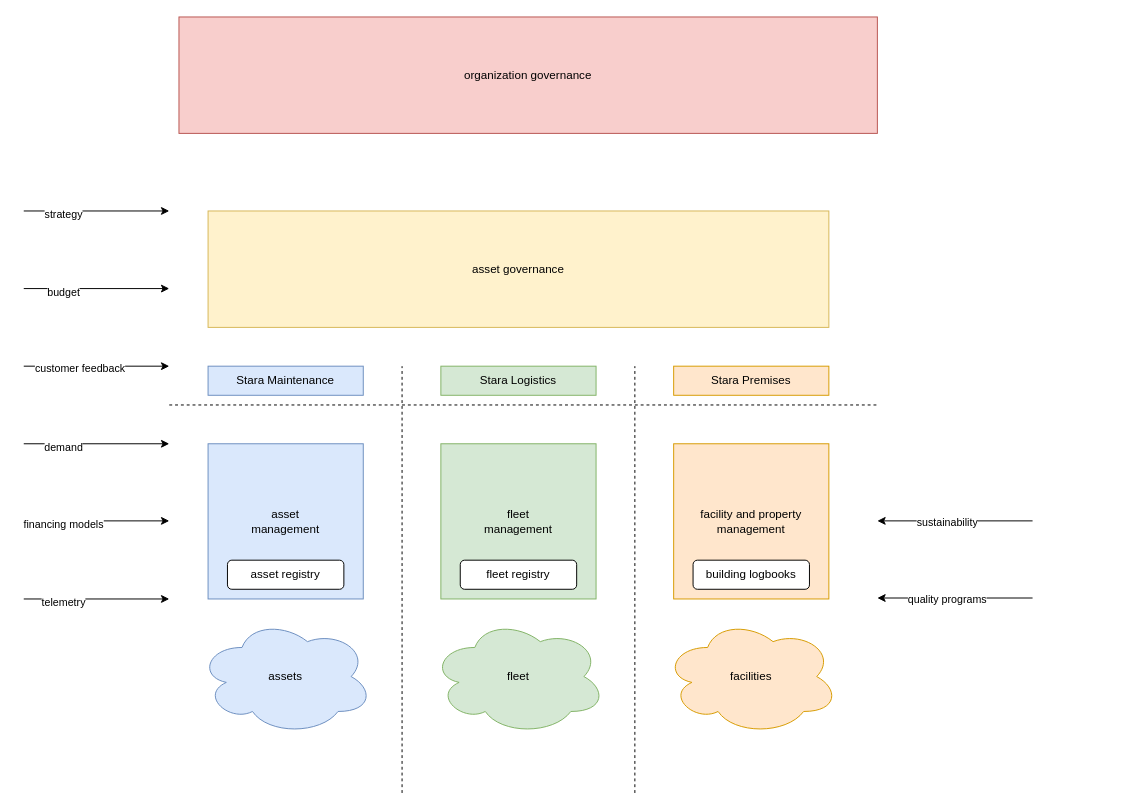
timoruohomaki/LUT-DAP keeps this draw.io diagram as thesis/udt-governance-model.drawio. Above is the earlier version. Source tidied: cells renumbered, new cells numbered last; positions are measured from the earlier drawing's top-left corner, leaving out a move shared by most shapes. Both pictures are drawn from the tidied source at 97%, with x=0, y=0 at pixel (23, 16).
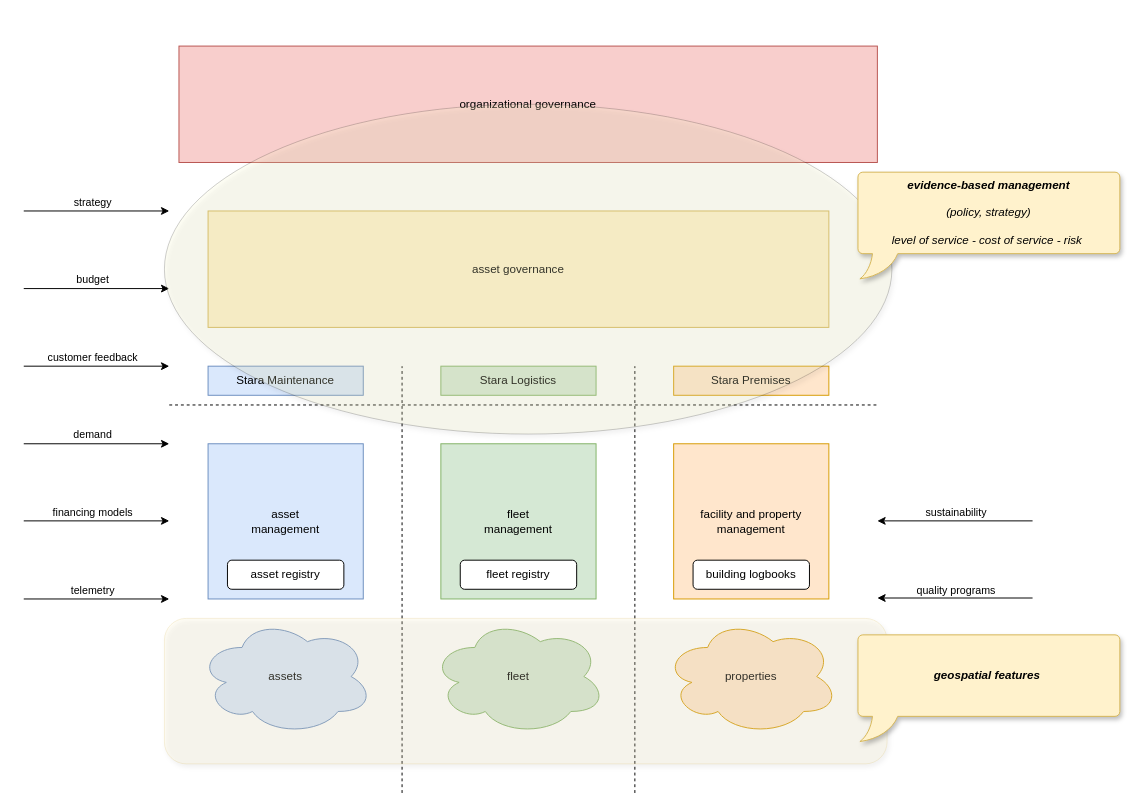
The same diagram, later.

Unchanged cells that the change refers to:
```xml
<mxCell id="15" style="endArrow=classic;html=1;rounded=0;" parent="1" edge="1">
  <mxGeometry relative="1" as="geometry">
    <mxPoint y="360" as="sourcePoint" />
    <mxPoint x="150" y="360" as="targetPoint" />
  </mxGeometry>
</mxCell>
<mxCell id="17" style="endArrow=classic;html=1;rounded=0;" parent="1" edge="1">
  <mxGeometry relative="1" as="geometry">
    <mxPoint y="600" as="sourcePoint" />
    <mxPoint x="150" y="600" as="targetPoint" />
  </mxGeometry>
</mxCell>
<mxCell id="19" style="endArrow=classic;html=1;rounded=0;" parent="1" edge="1">
  <mxGeometry relative="1" as="geometry">
    <mxPoint y="280" as="sourcePoint" />
    <mxPoint x="150" y="280" as="targetPoint" />
  </mxGeometry>
</mxCell>
<mxCell id="21" style="endArrow=classic;html=1;rounded=0;" parent="1" edge="1">
  <mxGeometry relative="1" as="geometry">
    <mxPoint y="200" as="sourcePoint" />
    <mxPoint x="150" y="200" as="targetPoint" />
  </mxGeometry>
</mxCell>
<mxCell id="23" style="endArrow=classic;html=1;rounded=0;" parent="1" edge="1">
  <mxGeometry relative="1" as="geometry">
    <mxPoint y="440" as="sourcePoint" />
    <mxPoint x="150" y="440" as="targetPoint" />
  </mxGeometry>
</mxCell>
<mxCell id="25" style="endArrow=classic;html=1;rounded=0;" parent="1" edge="1">
  <mxGeometry relative="1" as="geometry">
    <mxPoint y="519.5" as="sourcePoint" />
    <mxPoint x="150" y="519.5" as="targetPoint" />
  </mxGeometry>
</mxCell>
<mxCell id="27" style="endArrow=classic;html=1;rounded=0;" parent="1" edge="1">
  <mxGeometry relative="1" as="geometry">
    <mxPoint x="1040" y="519.5" as="sourcePoint" />
    <mxPoint x="880" y="519.5" as="targetPoint" />
  </mxGeometry>
</mxCell>
<mxCell id="29" style="endArrow=classic;html=1;rounded=0;" parent="1" edge="1">
  <mxGeometry relative="1" as="geometry">
    <mxPoint x="1040" y="599" as="sourcePoint" />
    <mxPoint x="880" y="599" as="targetPoint" />
  </mxGeometry>
</mxCell>
```

The edit, as a diff of the source:
```diff
@@
-    <mxCell id="11" value="facilities" style="ellipse;shape=cloud;whiteSpace=wrap;html=1;fillColor=#ffe6cc;strokeColor=#d79b00;" parent="1" vertex="1">
+    <mxCell id="11" value="properties" style="ellipse;shape=cloud;whiteSpace=wrap;html=1;fillColor=#ffe6cc;strokeColor=#d79b00;" parent="1" vertex="1">
       <mxGeometry x="660" y="620" width="180" height="120" as="geometry" />
     </mxCell>
@@
     <mxCell id="16" value="customer feedback" style="edgeLabel;html=1;align=center;verticalAlign=middle;" parent="15" vertex="1">
-      <mxGeometry x="-0.24" y="-2" relative="1" as="geometry" />
+      <mxGeometry x="-0.24" y="-2" relative="1" as="geometry">
+        <mxPoint x="13" y="-12" as="offset" />
+      </mxGeometry>
     </mxCell>
@@
     <mxCell id="18" value="telemetry" style="edgeLabel;html=1;align=center;verticalAlign=middle;" parent="17" vertex="1">
       <mxGeometry x="0.04" y="-3" relative="1" as="geometry">
-        <mxPoint x="-38" as="offset" />
+        <mxPoint x="-8" y="-13" as="offset" />
       </mxGeometry>
     </mxCell>
@@
     <mxCell id="20" value="budget" style="edgeLabel;html=1;align=center;verticalAlign=middle;" parent="19" vertex="1">
       <mxGeometry x="0.04" y="-3" relative="1" as="geometry">
-        <mxPoint x="-38" as="offset" />
+        <mxPoint x="-8" y="-13" as="offset" />
       </mxGeometry>
     </mxCell>
@@
     <mxCell id="22" value="strategy" style="edgeLabel;html=1;align=center;verticalAlign=middle;" parent="21" vertex="1">
       <mxGeometry x="0.04" y="-3" relative="1" as="geometry">
-        <mxPoint x="-38" as="offset" />
+        <mxPoint x="-8" y="-13" as="offset" />
       </mxGeometry>
     </mxCell>
@@
     <mxCell id="24" value="demand" style="edgeLabel;html=1;align=center;verticalAlign=middle;" parent="23" vertex="1">
       <mxGeometry x="0.04" y="-3" relative="1" as="geometry">
-        <mxPoint x="-38" as="offset" />
+        <mxPoint x="-8" y="-13" as="offset" />
       </mxGeometry>
     </mxCell>
@@
     <mxCell id="26" value="financing models" style="edgeLabel;html=1;align=center;verticalAlign=middle;" parent="25" vertex="1">
       <mxGeometry x="0.04" y="-3" relative="1" as="geometry">
-        <mxPoint x="-38" as="offset" />
+        <mxPoint x="-8" y="-12" as="offset" />
       </mxGeometry>
     </mxCell>
@@
     <mxCell id="28" value="sustainability" style="edgeLabel;html=1;align=center;verticalAlign=middle;" parent="27" vertex="1">
-      <mxGeometry x="0.11" y="1" relative="1" as="geometry" />
+      <mxGeometry x="0.11" y="1" relative="1" as="geometry">
+        <mxPoint x="9" y="-10" as="offset" />
+      </mxGeometry>
     </mxCell>
@@
     <mxCell id="30" value="quality programs" style="edgeLabel;html=1;align=center;verticalAlign=middle;" parent="29" vertex="1">
-      <mxGeometry x="0.11" y="1" relative="1" as="geometry" />
+      <mxGeometry x="0.11" y="1" relative="1" as="geometry">
+        <mxPoint x="9" y="-10" as="offset" />
+      </mxGeometry>
     </mxCell>
-    <mxCell id="31" value="organization governance" style="rounded=0;whiteSpace=wrap;html=1;fillColor=#f8cecc;strokeColor=#b85450;" parent="1" vertex="1">
-      <mxGeometry x="160" width="720" height="120" as="geometry" />
+    <mxCell id="31" value="organizational governance" style="rounded=0;whiteSpace=wrap;html=1;fillColor=#f8cecc;strokeColor=#b85450;" parent="1" vertex="1">
+      <mxGeometry x="160" y="30" width="720" height="120" as="geometry" />
     </mxCell>
@@
+    <mxCell id="35" style="ellipse;whiteSpace=wrap;html=1;fillColor=#FFFFCC;opacity=20;shadow=1;" parent="1" vertex="1">
+      <mxGeometry x="145" y="90" width="750" height="340" as="geometry" />
+    </mxCell>
+    <mxCell id="36" value="&lt;i&gt;&lt;b&gt;evidence-based management&lt;/b&gt;&lt;/i&gt;&lt;div&gt;&lt;b&gt;&lt;i&gt;&lt;br&gt;&lt;/i&gt;&lt;/b&gt;&lt;div&gt;&lt;i&gt;(policy, strategy)&lt;/i&gt;&lt;/div&gt;&lt;div&gt;&lt;i&gt;&lt;br&gt;&lt;/i&gt;&lt;/div&gt;&lt;div&gt;&lt;i&gt;level of service - cost of service - risk&amp;nbsp;&lt;/i&gt;&lt;/div&gt;&lt;/div&gt;" style="whiteSpace=wrap;html=1;shape=mxgraph.basic.roundRectCallout;dx=28;dy=26;size=5;boundedLbl=1;fillColor=#fff2cc;strokeColor=#d6b656;shadow=1;" parent="1" vertex="1">
+      <mxGeometry x="860" y="160" width="270" height="110" as="geometry" />
+    </mxCell>
+    <mxCell id="37" style="rounded=1;whiteSpace=wrap;html=1;fillColor=#fff2cc;strokeColor=#d6b656;opacity=20;shadow=1;" parent="1" vertex="1">
+      <mxGeometry x="145" y="620" width="745" height="150" as="geometry" />
+    </mxCell>
+    <mxCell id="38" value="&lt;i&gt;&lt;b&gt;geospatial features&lt;/b&gt;&lt;/i&gt;&lt;i style=&quot;background-color: initial;&quot;&gt;&amp;nbsp;&lt;/i&gt;" style="whiteSpace=wrap;html=1;shape=mxgraph.basic.roundRectCallout;dx=28;dy=26;size=5;boundedLbl=1;fillColor=#fff2cc;strokeColor=#d6b656;shadow=1;" parent="1" vertex="1">
+      <mxGeometry x="860" y="637" width="270" height="110" as="geometry" />
+    </mxCell>
```
